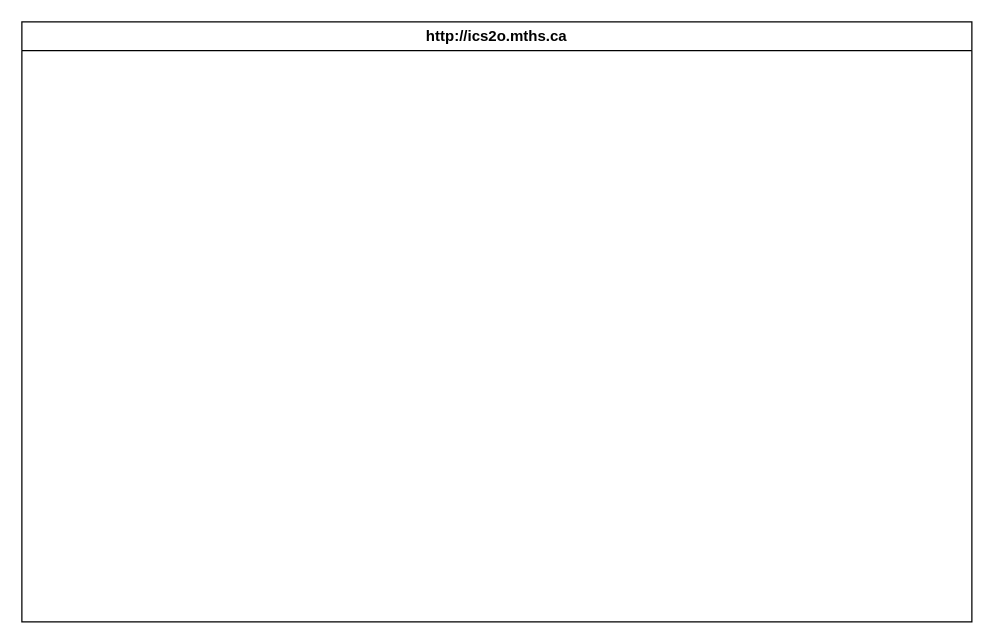
Above: design/storyboard.drawio in Domenic-dangelo/ICD2O-Final-Project-domenic.dangelo (draw.io), before the change. Source tidied: cells renumbered, new cells numbered last; positions are measured from the earlier drawing's top-left corner, leaving out a move shared by most shapes. Both pictures are drawn from the tidied source at 125%, with x=0, y=0 at pixel (21, 21).
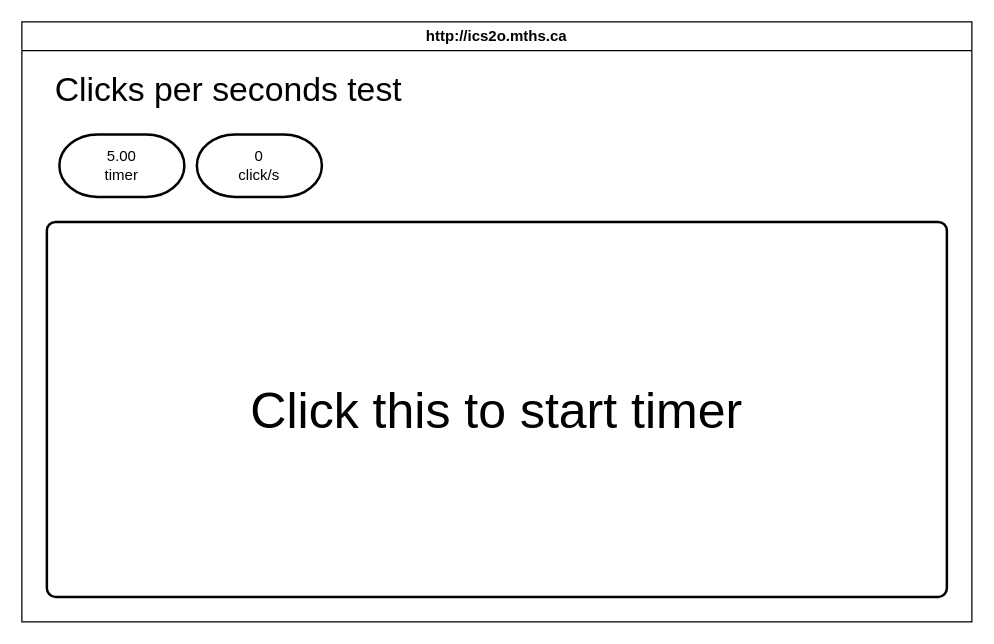
The same diagram, later.

Commit message (it also covers changes not shown here):
added flowchart and storyboard

Change to the diagram source:
```diff
@@
 <mxGraphModel>
   <root>
     <mxCell id="0" />
     <mxCell id="1" parent="0" />
     <mxCell id="2" value="http://ics2o.mths.ca" style="swimlane;whiteSpace=wrap;html=1;" parent="1" vertex="1">
       <mxGeometry width="760" height="480" as="geometry" />
     </mxCell>
+    <mxCell id="3" value="&lt;font style=&quot;font-size: 40px;&quot;&gt;Click this to start timer&lt;/font&gt;" style="rounded=1;whiteSpace=wrap;html=1;absoluteArcSize=1;arcSize=14;strokeWidth=2;" parent="2" vertex="1">
+      <mxGeometry x="20" y="160" width="720" height="300" as="geometry" />
+    </mxCell>
+    <mxCell id="4" value="&lt;font style=&quot;font-size: 27px;&quot;&gt;Clicks per seconds test&lt;/font&gt;" style="text;html=1;align=center;verticalAlign=middle;strokeColor=none;fillColor=none;" parent="2" vertex="1">
+      <mxGeometry x="10" y="30" width="310" height="50" as="geometry" />
+    </mxCell>
+    <mxCell id="5" value="5.00&lt;div&gt;timer&lt;/div&gt;" style="strokeWidth=2;html=1;shape=mxgraph.flowchart.terminator;whiteSpace=wrap;" parent="2" vertex="1">
+      <mxGeometry x="30" y="90" width="100" height="50" as="geometry" />
+    </mxCell>
+    <mxCell id="6" value="0&lt;div&gt;click/s&lt;/div&gt;" style="strokeWidth=2;html=1;shape=mxgraph.flowchart.terminator;whiteSpace=wrap;" parent="2" vertex="1">
+      <mxGeometry x="140" y="90" width="100" height="50" as="geometry" />
+    </mxCell>
   </root>
 </mxGraphModel>
```
